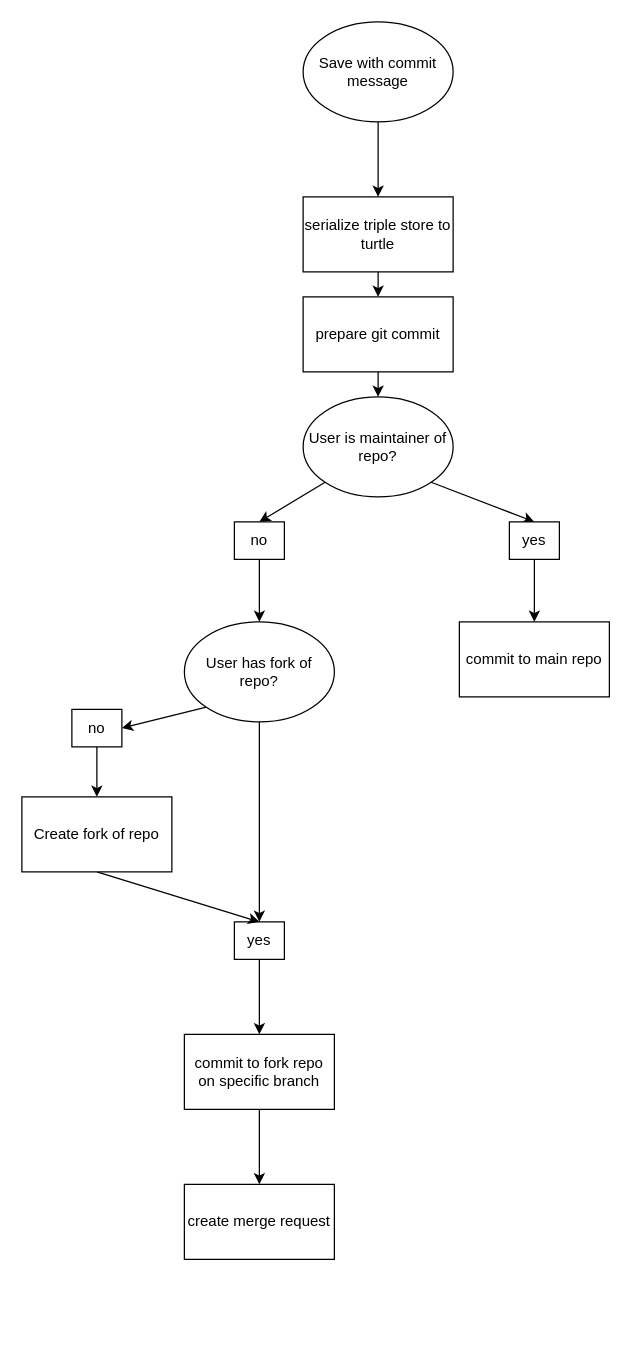
Earlier version of the draw.io diagram documentation/updates-to-dataset-via-git.drawio (BibLogos/editor). Source tidied: cells renumbered, new cells numbered last; positions are measured from the earlier drawing's top-left corner, leaving out a move shared by most shapes. Both pictures are drawn from the tidied source at 125%, with x=0, y=0 at pixel (21, 21).
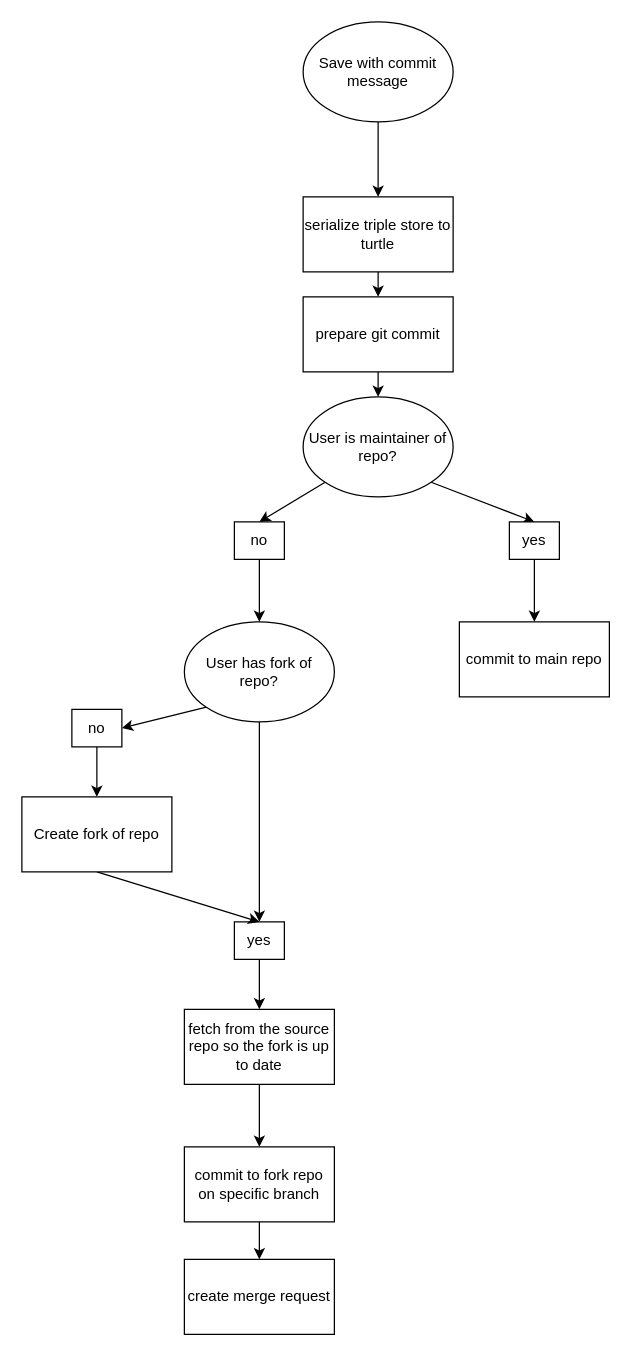
Above is the later version.

The change refers to these unchanged cells:
```xml
<mxCell id="21" value="yes" style="rounded=0;whiteSpace=wrap;html=1;" parent="1" vertex="1">
  <mxGeometry x="170" y="720" width="40" height="30" as="geometry" />
</mxCell>
```

The edit, as a diff of the source:
```diff
@@
-    <mxCell id="20" style="edgeStyle=none;html=1;exitX=0.5;exitY=1;exitDx=0;exitDy=0;entryX=0.5;entryY=0;entryDx=0;entryDy=0;" parent="1" edge="1" source="21" target="25">
-      <mxGeometry relative="1" as="geometry" />
-    </mxCell>
+    <mxCell id="28" style="edgeStyle=none;html=1;exitX=0.5;exitY=1;exitDx=0;exitDy=0;entryX=0.5;entryY=0;entryDx=0;entryDy=0;" parent="1" edge="1" source="21" target="30">
+      <mxGeometry relative="1" as="geometry" />
+    </mxCell>
@@
     <mxCell id="25" value="commit to fork repo on specific branch" style="rounded=0;whiteSpace=wrap;html=1;" parent="1" vertex="1">
-      <mxGeometry x="130" y="810" width="120" height="60" as="geometry" />
+      <mxGeometry x="130" y="900" width="120" height="60" as="geometry" />
     </mxCell>
@@
     <mxCell id="27" value="create merge request" style="rounded=0;whiteSpace=wrap;html=1;" parent="1" vertex="1">
-      <mxGeometry x="130" y="930" width="120" height="60" as="geometry" />
+      <mxGeometry x="130" y="990" width="120" height="60" as="geometry" />
     </mxCell>
+    <mxCell id="29" style="edgeStyle=none;html=1;exitX=0.5;exitY=1;exitDx=0;exitDy=0;entryX=0.5;entryY=0;entryDx=0;entryDy=0;" parent="1" edge="1" source="30" target="25">
+      <mxGeometry relative="1" as="geometry" />
+    </mxCell>
+    <mxCell id="30" value="fetch from the source repo so the fork is up to date" style="rounded=0;whiteSpace=wrap;html=1;" parent="1" vertex="1">
+      <mxGeometry x="130" y="790" width="120" height="60" as="geometry" />
+    </mxCell>
```
